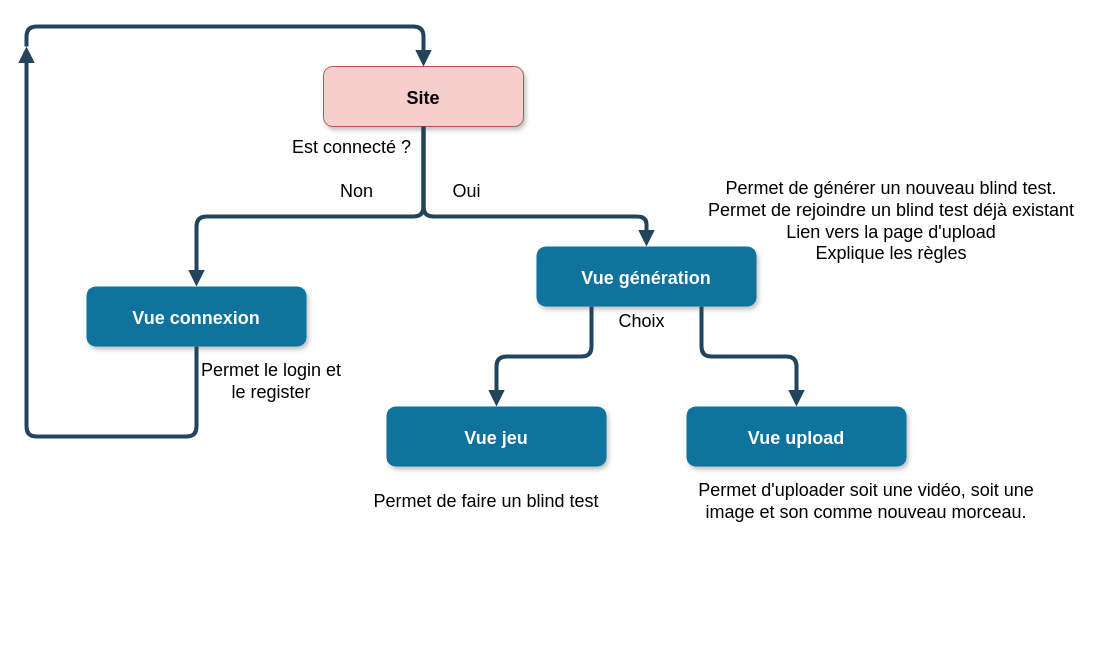
The draw.io diagram Documents/Structure_Site.drawio in Jerome-JJT/SuperBlinder, before the edit. Source tidied: cells renumbered, new cells numbered last; positions are measured from the earlier drawing's top-left corner, leaving out a move shared by most shapes. Both pictures are drawn from the tidied source at 100%, with x=0, y=0 at pixel (-214, -14).
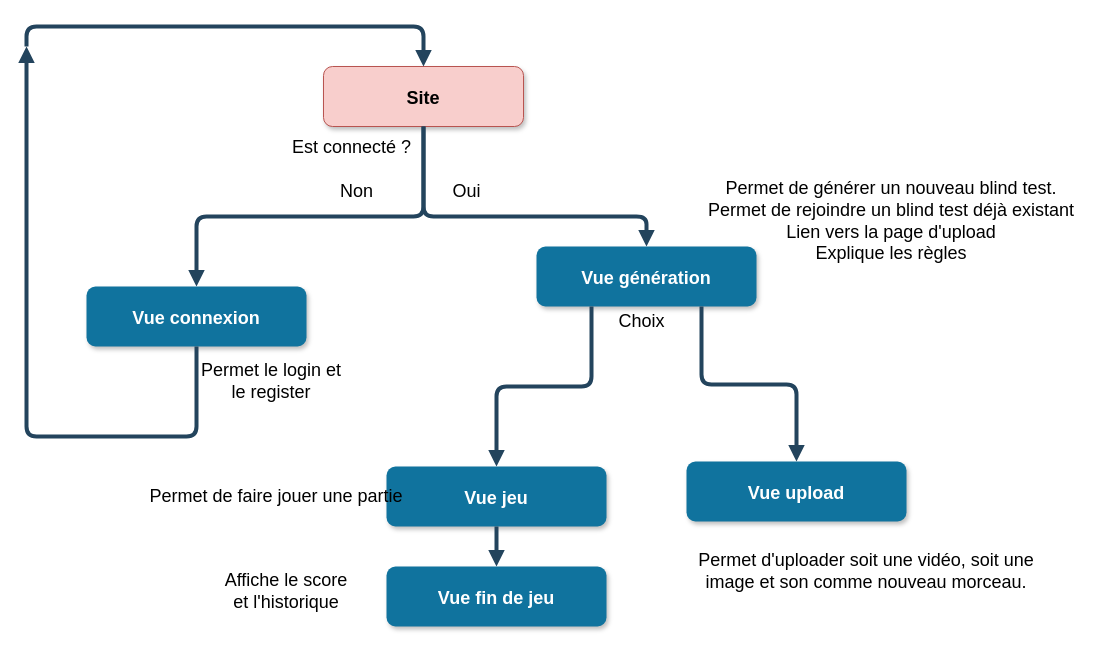
After the change.

What changed in the source:
```diff
@@
     <mxCell id="12" value="Vue upload" style="rounded=1;fillColor=#10739E;strokeColor=none;shadow=1;gradientColor=none;fontStyle=1;fontColor=#FFFFFF;fontSize=18;" parent="1" vertex="1">
-      <mxGeometry x="900" y="420" width="220" height="60" as="geometry" />
+      <mxGeometry x="900" y="475" width="220" height="60" as="geometry" />
     </mxCell>
@@
     <mxCell id="14" value="Vue jeu" style="rounded=1;fillColor=#10739E;strokeColor=none;shadow=1;gradientColor=none;fontStyle=1;fontColor=#FFFFFF;fontSize=18;" parent="1" vertex="1">
-      <mxGeometry x="600" y="420" width="220" height="60" as="geometry" />
+      <mxGeometry x="600" y="480" width="220" height="60" as="geometry" />
     </mxCell>
@@
     <mxCell id="17" value="Permet d'uploader soit une vidéo, soit une image et son comme nouveau morceau." style="text;html=1;strokeColor=none;fillColor=none;align=center;verticalAlign=middle;rounded=0;fontSize=18;whiteSpace=wrap;" parent="1" vertex="1">
-      <mxGeometry x="910" y="480" width="340" height="70" as="geometry" />
+      <mxGeometry x="910" y="550" width="340" height="70" as="geometry" />
     </mxCell>
-    <mxCell id="18" value="Permet de faire un blind test" style="text;html=1;strokeColor=none;fillColor=none;align=center;verticalAlign=middle;rounded=0;fontSize=18;whiteSpace=wrap;" parent="1" vertex="1">
-      <mxGeometry x="570" y="490" width="260" height="50" as="geometry" />
+    <mxCell id="18" value="Permet de faire jouer une partie" style="text;html=1;strokeColor=none;fillColor=none;align=center;verticalAlign=middle;rounded=0;fontSize=18;whiteSpace=wrap;" parent="1" vertex="1">
+      <mxGeometry x="360" y="485" width="260" height="50" as="geometry" />
     </mxCell>
@@
+    <mxCell id="21" value="Vue fin de jeu" style="rounded=1;fillColor=#10739E;strokeColor=none;shadow=1;gradientColor=none;fontStyle=1;fontColor=#FFFFFF;fontSize=18;" parent="1" vertex="1">
+      <mxGeometry x="600" y="580" width="220" height="60" as="geometry" />
+    </mxCell>
+    <mxCell id="22" style="edgeStyle=elbowEdgeStyle;elbow=vertical;strokeWidth=4;endArrow=block;endFill=1;fontStyle=1;strokeColor=#23445D;exitX=0.5;exitY=1;exitDx=0;exitDy=0;" parent="1" edge="1" source="14">
+      <mxGeometry x="374" y="360" as="geometry">
+        <mxPoint x="710" y="580" as="targetPoint" />
+      </mxGeometry>
+    </mxCell>
+    <mxCell id="23" value="&lt;div&gt;Affiche le score &lt;br&gt;&lt;/div&gt;&lt;div&gt;et l'historique&lt;/div&gt;" style="text;html=1;strokeColor=none;fillColor=none;align=center;verticalAlign=middle;rounded=0;fontSize=18;whiteSpace=wrap;" parent="1" vertex="1">
+      <mxGeometry x="370" y="580" width="260" height="50" as="geometry" />
+    </mxCell>
```
